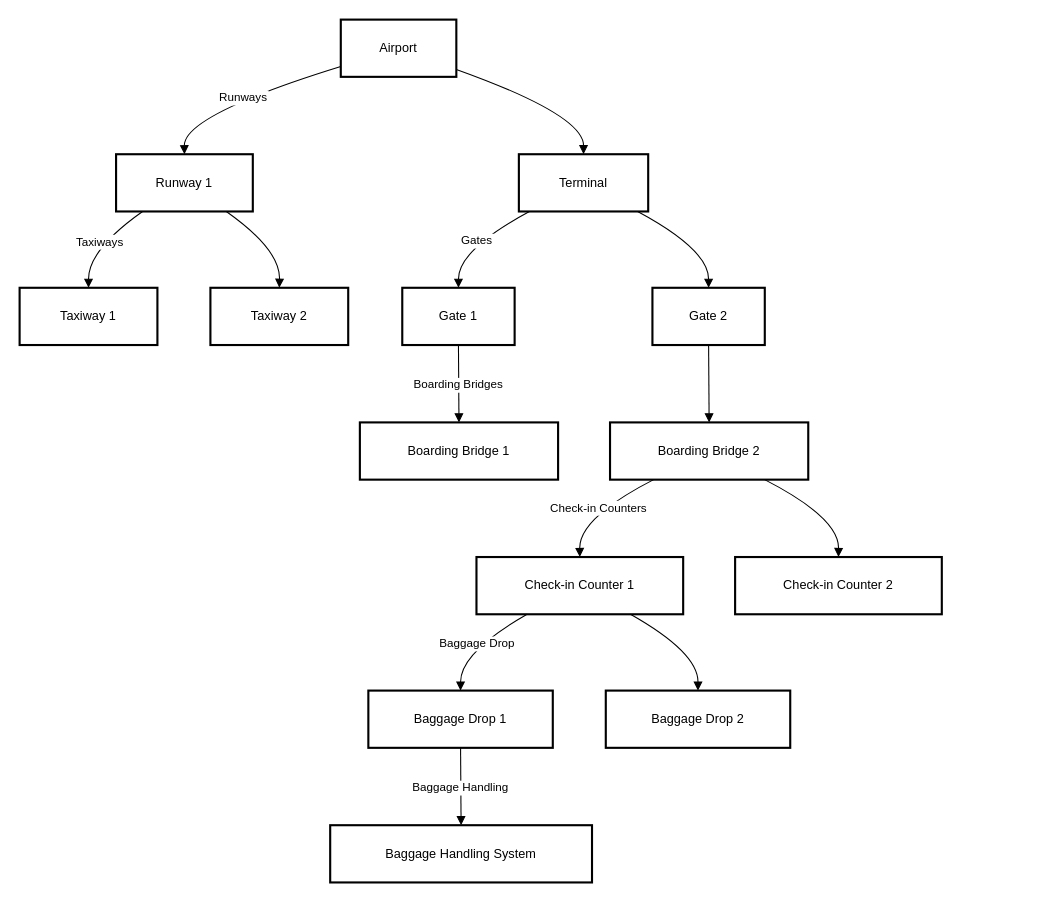
This is page "Page-1" (1 of 2) of IS02.drawio from BodaRizk/1223334444, a draw.io file, before an edit. Source tidied: cells renumbered, new cells numbered last; positions are measured from the earlier drawing's top-left corner, leaving out a move shared by most shapes. Both pictures are drawn from the tidied source at 106%, with x=0, y=0 at pixel (19, 19).
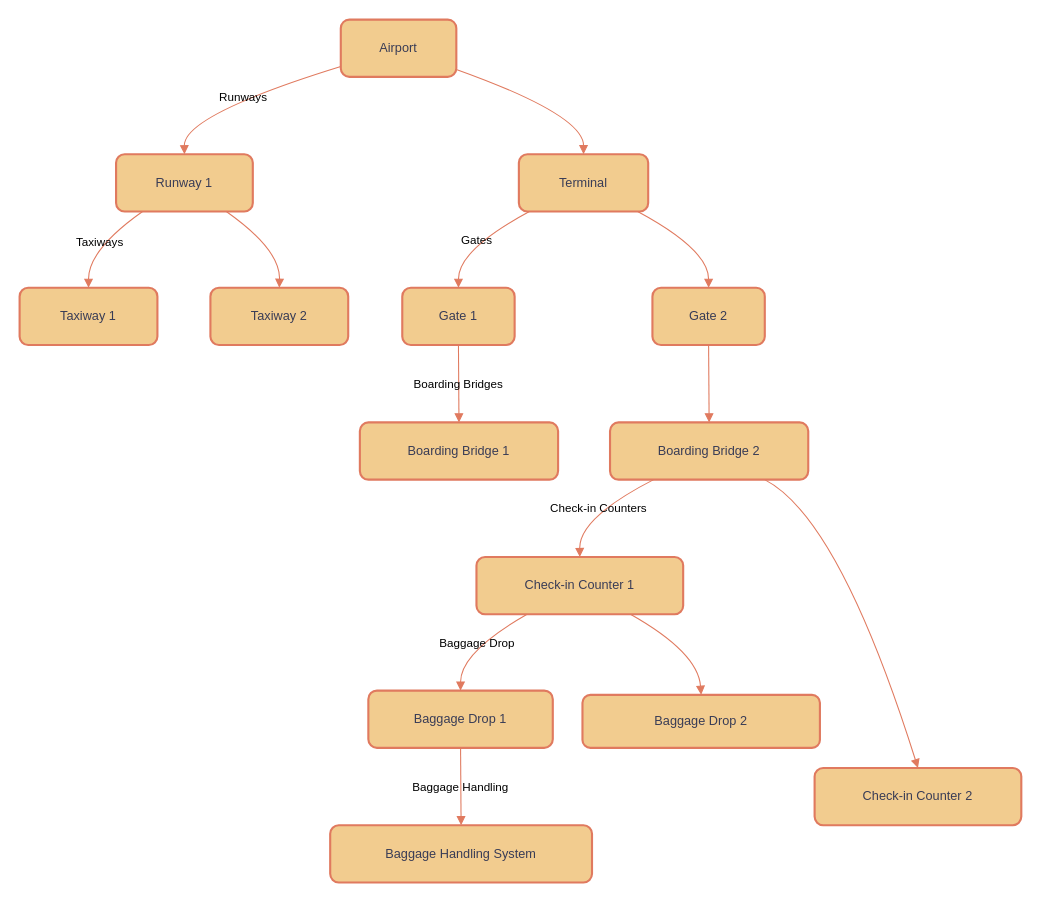
The same diagram, later.

Diff of the diagram source:
```diff
@@
-    <mxCell id="2" value="Airport" style="whiteSpace=wrap;strokeWidth=2;" parent="1" vertex="1">
+    <mxCell id="2" value="Airport" style="whiteSpace=wrap;strokeWidth=2;rounded=1;labelBackgroundColor=none;fillColor=#F2CC8F;strokeColor=#E07A5F;fontColor=#393C56;" parent="1" vertex="1">
       <mxGeometry x="303" width="109" height="54" as="geometry" />
     </mxCell>
-    <mxCell id="3" value="Runway 1" style="whiteSpace=wrap;strokeWidth=2;" parent="1" vertex="1">
+    <mxCell id="3" value="Runway 1" style="whiteSpace=wrap;strokeWidth=2;rounded=1;labelBackgroundColor=none;fillColor=#F2CC8F;strokeColor=#E07A5F;fontColor=#393C56;" parent="1" vertex="1">
       <mxGeometry x="91" y="127" width="129" height="54" as="geometry" />
     </mxCell>
-    <mxCell id="4" value="Terminal" style="whiteSpace=wrap;strokeWidth=2;" parent="1" vertex="1">
+    <mxCell id="4" value="Terminal" style="whiteSpace=wrap;strokeWidth=2;rounded=1;labelBackgroundColor=none;fillColor=#F2CC8F;strokeColor=#E07A5F;fontColor=#393C56;" parent="1" vertex="1">
       <mxGeometry x="471" y="127" width="122" height="54" as="geometry" />
     </mxCell>
-    <mxCell id="5" value="Taxiway 1" style="whiteSpace=wrap;strokeWidth=2;" parent="1" vertex="1">
+    <mxCell id="5" value="Taxiway 1" style="whiteSpace=wrap;strokeWidth=2;rounded=1;labelBackgroundColor=none;fillColor=#F2CC8F;strokeColor=#E07A5F;fontColor=#393C56;" parent="1" vertex="1">
       <mxGeometry y="253" width="130" height="54" as="geometry" />
     </mxCell>
-    <mxCell id="6" value="Taxiway 2" style="whiteSpace=wrap;strokeWidth=2;" parent="1" vertex="1">
+    <mxCell id="6" value="Taxiway 2" style="whiteSpace=wrap;strokeWidth=2;rounded=1;labelBackgroundColor=none;fillColor=#F2CC8F;strokeColor=#E07A5F;fontColor=#393C56;" parent="1" vertex="1">
       <mxGeometry x="180" y="253" width="130" height="54" as="geometry" />
     </mxCell>
-    <mxCell id="7" value="Gate 1" style="whiteSpace=wrap;strokeWidth=2;" parent="1" vertex="1">
+    <mxCell id="7" value="Gate 1" style="whiteSpace=wrap;strokeWidth=2;rounded=1;labelBackgroundColor=none;fillColor=#F2CC8F;strokeColor=#E07A5F;fontColor=#393C56;" parent="1" vertex="1">
       <mxGeometry x="361" y="253" width="106" height="54" as="geometry" />
     </mxCell>
-    <mxCell id="8" value="Gate 2" style="whiteSpace=wrap;strokeWidth=2;" parent="1" vertex="1">
+    <mxCell id="8" value="Gate 2" style="whiteSpace=wrap;strokeWidth=2;rounded=1;labelBackgroundColor=none;fillColor=#F2CC8F;strokeColor=#E07A5F;fontColor=#393C56;" parent="1" vertex="1">
       <mxGeometry x="597" y="253" width="106" height="54" as="geometry" />
     </mxCell>
-    <mxCell id="9" value="Boarding Bridge 1" style="whiteSpace=wrap;strokeWidth=2;" parent="1" vertex="1">
+    <mxCell id="9" value="Boarding Bridge 1" style="whiteSpace=wrap;strokeWidth=2;rounded=1;labelBackgroundColor=none;fillColor=#F2CC8F;strokeColor=#E07A5F;fontColor=#393C56;" parent="1" vertex="1">
       <mxGeometry x="321" y="380" width="187" height="54" as="geometry" />
     </mxCell>
-    <mxCell id="10" value="Boarding Bridge 2" style="whiteSpace=wrap;strokeWidth=2;" parent="1" vertex="1">
+    <mxCell id="10" value="Boarding Bridge 2" style="whiteSpace=wrap;strokeWidth=2;rounded=1;labelBackgroundColor=none;fillColor=#F2CC8F;strokeColor=#E07A5F;fontColor=#393C56;" parent="1" vertex="1">
       <mxGeometry x="557" y="380" width="187" height="54" as="geometry" />
     </mxCell>
-    <mxCell id="11" value="Check-in Counter 1" style="whiteSpace=wrap;strokeWidth=2;" parent="1" vertex="1">
+    <mxCell id="11" value="Check-in Counter 1" style="whiteSpace=wrap;strokeWidth=2;rounded=1;labelBackgroundColor=none;fillColor=#F2CC8F;strokeColor=#E07A5F;fontColor=#393C56;" parent="1" vertex="1">
       <mxGeometry x="431" y="507" width="195" height="54" as="geometry" />
     </mxCell>
-    <mxCell id="12" value="Check-in Counter 2" style="whiteSpace=wrap;strokeWidth=2;" parent="1" vertex="1">
-      <mxGeometry x="675" y="507" width="195" height="54" as="geometry" />
+    <mxCell id="12" value="Check-in Counter 2" style="whiteSpace=wrap;strokeWidth=2;rounded=1;labelBackgroundColor=none;fillColor=#F2CC8F;strokeColor=#E07A5F;fontColor=#393C56;" parent="1" vertex="1">
+      <mxGeometry x="750" y="706" width="195" height="54" as="geometry" />
     </mxCell>
-    <mxCell id="13" value="Baggage Drop 1" style="whiteSpace=wrap;strokeWidth=2;" parent="1" vertex="1">
+    <mxCell id="13" value="Baggage Drop 1" style="whiteSpace=wrap;strokeWidth=2;rounded=1;labelBackgroundColor=none;fillColor=#F2CC8F;strokeColor=#E07A5F;fontColor=#393C56;" parent="1" vertex="1">
       <mxGeometry x="329" y="633" width="174" height="54" as="geometry" />
     </mxCell>
-    <mxCell id="14" value="Baggage Drop 2" style="whiteSpace=wrap;strokeWidth=2;" parent="1" vertex="1">
-      <mxGeometry x="553" y="633" width="174" height="54" as="geometry" />
+    <mxCell id="14" value="Baggage Drop 2" style="whiteSpace=wrap;strokeWidth=2;rounded=1;labelBackgroundColor=none;fillColor=#F2CC8F;strokeColor=#E07A5F;fontColor=#393C56;" parent="1" vertex="1">
+      <mxGeometry x="531" y="637" width="224" height="50" as="geometry" />
     </mxCell>
-    <mxCell id="15" value="Baggage Handling System" style="whiteSpace=wrap;strokeWidth=2;" parent="1" vertex="1">
+    <mxCell id="15" value="Baggage Handling System" style="whiteSpace=wrap;strokeWidth=2;rounded=1;labelBackgroundColor=none;fillColor=#F2CC8F;strokeColor=#E07A5F;fontColor=#393C56;" parent="1" vertex="1">
       <mxGeometry x="293" y="760" width="247" height="54" as="geometry" />
     </mxCell>
-    <mxCell id="16" value="Runways" style="curved=1;startArrow=none;endArrow=block;exitX=0;exitY=0.82;entryX=0.5;entryY=-0.01;" parent="1" edge="1" source="2" target="3">
+    <mxCell id="16" value="Runways" style="curved=1;startArrow=none;endArrow=block;exitX=0;exitY=0.82;entryX=0.5;entryY=-0.01;rounded=1;labelBackgroundColor=none;strokeColor=#E07A5F;fontColor=default;" parent="1" edge="1" source="2" target="3">
       <mxGeometry relative="1" as="geometry">
         <Array as="points">
           <mxPoint x="155" y="90" />
         </Array>
       </mxGeometry>
     </mxCell>
-    <mxCell id="17" style="curved=1;startArrow=none;endArrow=block;exitX=1;exitY=0.87;entryX=0.5;entryY=-0.01;" parent="1" edge="1" source="2" target="4">
+    <mxCell id="17" style="curved=1;startArrow=none;endArrow=block;exitX=1;exitY=0.87;entryX=0.5;entryY=-0.01;rounded=1;labelBackgroundColor=none;strokeColor=#E07A5F;fontColor=default;" parent="1" edge="1" source="2" target="4">
       <mxGeometry relative="1" as="geometry">
         <Array as="points">
           <mxPoint x="532" y="90" />
         </Array>
       </mxGeometry>
     </mxCell>
-    <mxCell id="18" value="Taxiways" style="curved=1;startArrow=none;endArrow=block;exitX=0.2;exitY=0.99;entryX=0.5;entryY=0.01;" parent="1" edge="1" source="3" target="5">
+    <mxCell id="18" value="Taxiways" style="curved=1;startArrow=none;endArrow=block;exitX=0.2;exitY=0.99;entryX=0.5;entryY=0.01;rounded=1;labelBackgroundColor=none;strokeColor=#E07A5F;fontColor=default;" parent="1" edge="1" source="3" target="5">
       <mxGeometry relative="1" as="geometry">
         <Array as="points">
           <mxPoint x="65" y="217" />
         </Array>
       </mxGeometry>
     </mxCell>
-    <mxCell id="19" style="curved=1;startArrow=none;endArrow=block;exitX=0.8;exitY=0.99;entryX=0.5;entryY=0.01;" parent="1" edge="1" source="3" target="6">
+    <mxCell id="19" style="curved=1;startArrow=none;endArrow=block;exitX=0.8;exitY=0.99;entryX=0.5;entryY=0.01;rounded=1;labelBackgroundColor=none;strokeColor=#E07A5F;fontColor=default;" parent="1" edge="1" source="3" target="6">
       <mxGeometry relative="1" as="geometry">
         <Array as="points">
           <mxPoint x="246" y="217" />
         </Array>
       </mxGeometry>
     </mxCell>
-    <mxCell id="20" value="Gates" style="curved=1;startArrow=none;endArrow=block;exitX=0.09;exitY=0.99;entryX=0.5;entryY=0.01;" parent="1" edge="1" source="4" target="7">
+    <mxCell id="20" value="Gates" style="curved=1;startArrow=none;endArrow=block;exitX=0.09;exitY=0.99;entryX=0.5;entryY=0.01;rounded=1;labelBackgroundColor=none;strokeColor=#E07A5F;fontColor=default;" parent="1" edge="1" source="4" target="7">
       <mxGeometry relative="1" as="geometry">
         <Array as="points">
           <mxPoint x="414" y="217" />
         </Array>
       </mxGeometry>
     </mxCell>
-    <mxCell id="21" style="curved=1;startArrow=none;endArrow=block;exitX=0.91;exitY=0.99;entryX=0.5;entryY=0.01;" parent="1" edge="1" source="4" target="8">
+    <mxCell id="21" style="curved=1;startArrow=none;endArrow=block;exitX=0.91;exitY=0.99;entryX=0.5;entryY=0.01;rounded=1;labelBackgroundColor=none;strokeColor=#E07A5F;fontColor=default;" parent="1" edge="1" source="4" target="8">
       <mxGeometry relative="1" as="geometry">
         <Array as="points">
           <mxPoint x="650" y="217" />
         </Array>
       </mxGeometry>
     </mxCell>
-    <mxCell id="22" value="Boarding Bridges" style="curved=1;startArrow=none;endArrow=block;exitX=0.5;exitY=1.01;entryX=0.5;entryY=0;" parent="1" edge="1" source="7" target="9">
+    <mxCell id="22" value="Boarding Bridges" style="curved=1;startArrow=none;endArrow=block;exitX=0.5;exitY=1.01;entryX=0.5;entryY=0;rounded=1;labelBackgroundColor=none;strokeColor=#E07A5F;fontColor=default;" parent="1" edge="1" source="7" target="9">
       <mxGeometry relative="1" as="geometry" />
     </mxCell>
-    <mxCell id="23" style="curved=1;startArrow=none;endArrow=block;exitX=0.5;exitY=1.01;entryX=0.5;entryY=0;" parent="1" edge="1" source="8" target="10">
+    <mxCell id="23" style="curved=1;startArrow=none;endArrow=block;exitX=0.5;exitY=1.01;entryX=0.5;entryY=0;rounded=1;labelBackgroundColor=none;strokeColor=#E07A5F;fontColor=default;" parent="1" edge="1" source="8" target="10">
       <mxGeometry relative="1" as="geometry" />
     </mxCell>
-    <mxCell id="24" value="Check-in Counters" style="curved=1;startArrow=none;endArrow=block;exitX=0.22;exitY=1;entryX=0.5;entryY=-0.01;" parent="1" edge="1" source="10" target="11">
+    <mxCell id="24" value="Check-in Counters" style="curved=1;startArrow=none;endArrow=block;exitX=0.22;exitY=1;entryX=0.5;entryY=-0.01;rounded=1;labelBackgroundColor=none;strokeColor=#E07A5F;fontColor=default;" parent="1" edge="1" source="10" target="11">
       <mxGeometry relative="1" as="geometry">
         <Array as="points">
           <mxPoint x="528" y="470" />
         </Array>
       </mxGeometry>
     </mxCell>
-    <mxCell id="25" style="curved=1;startArrow=none;endArrow=block;exitX=0.78;exitY=1;entryX=0.5;entryY=-0.01;" parent="1" edge="1" source="10" target="12">
+    <mxCell id="25" style="curved=1;startArrow=none;endArrow=block;exitX=0.78;exitY=1;entryX=0.5;entryY=-0.01;rounded=1;labelBackgroundColor=none;strokeColor=#E07A5F;fontColor=default;" parent="1" edge="1" source="10" target="12">
       <mxGeometry relative="1" as="geometry">
         <Array as="points">
           <mxPoint x="773" y="470" />
         </Array>
       </mxGeometry>
     </mxCell>
-    <mxCell id="26" value="Baggage Drop" style="curved=1;startArrow=none;endArrow=block;exitX=0.25;exitY=0.99;entryX=0.5;entryY=0.01;" parent="1" edge="1" source="11" target="13">
+    <mxCell id="26" value="Baggage Drop" style="curved=1;startArrow=none;endArrow=block;exitX=0.25;exitY=0.99;entryX=0.5;entryY=0.01;rounded=1;labelBackgroundColor=none;strokeColor=#E07A5F;fontColor=default;" parent="1" edge="1" source="11" target="13">
       <mxGeometry relative="1" as="geometry">
         <Array as="points">
           <mxPoint x="416" y="597" />
         </Array>
       </mxGeometry>
     </mxCell>
-    <mxCell id="27" style="curved=1;startArrow=none;endArrow=block;exitX=0.74;exitY=0.99;entryX=0.5;entryY=0.01;" parent="1" edge="1" source="11" target="14">
+    <mxCell id="27" style="curved=1;startArrow=none;endArrow=block;exitX=0.74;exitY=0.99;entryX=0.5;entryY=0.01;rounded=1;labelBackgroundColor=none;strokeColor=#E07A5F;fontColor=default;" parent="1" edge="1" source="11" target="14">
       <mxGeometry relative="1" as="geometry">
         <Array as="points">
           <mxPoint x="640" y="597" />
         </Array>
       </mxGeometry>
     </mxCell>
-    <mxCell id="28" value="Baggage Handling" style="curved=1;startArrow=none;endArrow=block;exitX=0.5;exitY=1.01;entryX=0.5;entryY=0;" parent="1" edge="1" source="13" target="15">
+    <mxCell id="28" value="Baggage Handling" style="curved=1;startArrow=none;endArrow=block;exitX=0.5;exitY=1.01;entryX=0.5;entryY=0;rounded=1;labelBackgroundColor=none;strokeColor=#E07A5F;fontColor=default;" parent="1" edge="1" source="13" target="15">
       <mxGeometry relative="1" as="geometry" />
     </mxCell>
```
